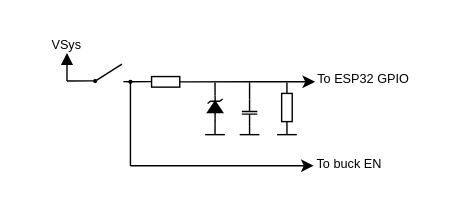
This is assets/figures/buttonA_corrected_schematic.drawio from dossantosyann/TB2026-YDS-Report, a draw.io file, before an edit. Source tidied: cells renumbered, new cells numbered last; positions are measured from the earlier drawing's top-left corner, leaving out a move shared by most shapes. Both pictures are drawn from the tidied source at 141%, with x=0, y=0 at pixel (24, 24).
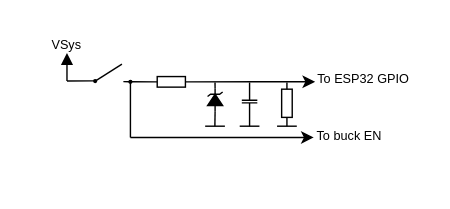
The same diagram, later.

Commit message:
Mettre à jour buttonA_corrected_schematic.drawio

The change refers to these unchanged cells:
```xml
<mxCell id="27" style="ellipse;whiteSpace=wrap;html=1;fontStyle=4;fillColor=#000000;" parent="1" vertex="1">
  <mxGeometry x="74" y="39.5" width="2" height="2" as="geometry" />
</mxCell>
```

The edit, as a diff of the source:
```diff
@@
-    <mxCell id="5" style="endArrow=none;html=1;rounded=0;" parent="1" edge="1" source="27">
-      <mxGeometry relative="1" as="geometry">
-        <mxPoint x="90" y="40.4" as="targetPoint" />
-      </mxGeometry>
+    <mxCell id="5" style="endArrow=none;html=1;rounded=0;entryX=0;entryY=0.5;entryDx=0;entryDy=0;" parent="1" edge="1" source="27" target="6">
+      <mxGeometry relative="1" as="geometry" />
     </mxCell>
     <mxCell id="6" style="rounded=0;whiteSpace=wrap;html=1;" parent="1" vertex="1">
-      <mxGeometry x="90" y="36.8" width="20" height="7.5" as="geometry" />
+      <mxGeometry x="94" y="36.8" width="20" height="7.5" as="geometry" />
     </mxCell>
@@
     <mxCell id="10" style="fillColor=strokeColor;verticalLabelPosition=bottom;shadow=0;dashed=0;align=center;html=1;verticalAlign=top;shape=mxgraph.electrical.diodes.zener_diode_3;rotation=-90;" parent="1" vertex="1">
-      <mxGeometry x="127" y="53" width="16.1" height="10.7" as="geometry" />
+      <mxGeometry x="127" y="48" width="16.1" height="10.7" as="geometry" />
     </mxCell>
     <mxCell id="11" style="endArrow=none;html=1;rounded=0;entryX=0;entryY=0.5;entryDx=0;entryDy=0;entryPerimeter=0;" parent="1" edge="1" target="10">
       <mxGeometry relative="1" as="geometry">
-        <mxPoint x="135" y="78" as="sourcePoint" />
+        <mxPoint x="134.9" y="72.1" as="sourcePoint" />
       </mxGeometry>
     </mxCell>
     <mxCell id="12" style="endArrow=none;html=1;rounded=0;" parent="1" edge="1">
       <mxGeometry relative="1" as="geometry">
-        <mxPoint x="128" y="78" as="sourcePoint" />
-        <mxPoint x="142" y="78" as="targetPoint" />
+        <mxPoint x="128" y="72" as="sourcePoint" />
+        <mxPoint x="142" y="72" as="targetPoint" />
       </mxGeometry>
     </mxCell>
     <mxCell id="13" style="verticalLabelPosition=bottom;shadow=0;dashed=0;align=center;html=1;verticalAlign=top;shape=mxgraph.electrical.capacitors.capacitor_1;rotation=-90;" parent="1" vertex="1">
-      <mxGeometry x="150" y="57" width="19" height="11" as="geometry" />
+      <mxGeometry x="150" y="49" width="19" height="11" as="geometry" />
     </mxCell>
     <mxCell id="14" style="endArrow=none;html=1;rounded=0;entryX=0;entryY=0.5;entryDx=0;entryDy=0;entryPerimeter=0;" parent="1" edge="1" target="13">
       <mxGeometry relative="1" as="geometry">
-        <mxPoint x="159.5" y="78" as="sourcePoint" />
+        <mxPoint x="159.5" y="72.1" as="sourcePoint" />
       </mxGeometry>
     </mxCell>
     <mxCell id="15" style="endArrow=none;html=1;rounded=0;" parent="1" edge="1">
       <mxGeometry relative="1" as="geometry">
-        <mxPoint x="152.5" y="78" as="sourcePoint" />
-        <mxPoint x="166.5" y="78" as="targetPoint" />
+        <mxPoint x="152.5" y="72" as="sourcePoint" />
+        <mxPoint x="166.5" y="72" as="targetPoint" />
       </mxGeometry>
     </mxCell>
     <mxCell id="16" style="rounded=0;whiteSpace=wrap;html=1;rotation=-90;" parent="1" vertex="1">
-      <mxGeometry x="176" y="55" width="20" height="7.5" as="geometry" />
+      <mxGeometry x="176" y="52" width="20" height="7.5" as="geometry" />
     </mxCell>
@@
     <mxCell id="18" style="endArrow=none;html=1;rounded=0;entryX=0;entryY=0.5;entryDx=0;entryDy=0;" parent="1" edge="1" target="16">
       <mxGeometry relative="1" as="geometry">
-        <mxPoint x="186" y="78" as="sourcePoint" />
+        <mxPoint x="186" y="72.1" as="sourcePoint" />
       </mxGeometry>
     </mxCell>
     <mxCell id="19" style="endArrow=none;html=1;rounded=0;" parent="1" edge="1">
       <mxGeometry relative="1" as="geometry">
-        <mxPoint x="179" y="78" as="sourcePoint" />
-        <mxPoint x="193" y="78" as="targetPoint" />
+        <mxPoint x="179" y="72" as="sourcePoint" />
+        <mxPoint x="193" y="72" as="targetPoint" />
       </mxGeometry>
     </mxCell>
@@
     <mxCell id="23" style="endArrow=none;html=1;rounded=0;" parent="1" edge="1">
       <mxGeometry relative="1" as="geometry">
-        <mxPoint x="75" y="100" as="sourcePoint" />
+        <mxPoint x="75" y="80" as="sourcePoint" />
         <mxPoint x="75" y="40" as="targetPoint" />
       </mxGeometry>
     </mxCell>
@@
     <mxCell id="28" style="endArrow=classic;html=1;rounded=0;endFill=1;" parent="1" edge="1">
       <mxGeometry relative="1" as="geometry">
-        <mxPoint x="75" y="100" as="sourcePoint" />
-        <mxPoint x="205" y="100" as="targetPoint" />
+        <mxPoint x="75" y="80" as="sourcePoint" />
+        <mxPoint x="205" y="80" as="targetPoint" />
       </mxGeometry>
     </mxCell>
     <mxCell id="29" value="To buck EN" style="text;html=1;whiteSpace=wrap;strokeColor=none;fillColor=none;align=center;verticalAlign=middle;rounded=0;fontSize=9;" parent="1" vertex="1">
-      <mxGeometry x="186" y="84" width="89" height="30" as="geometry" />
+      <mxGeometry x="186" y="64" width="89" height="30" as="geometry" />
     </mxCell>
```
